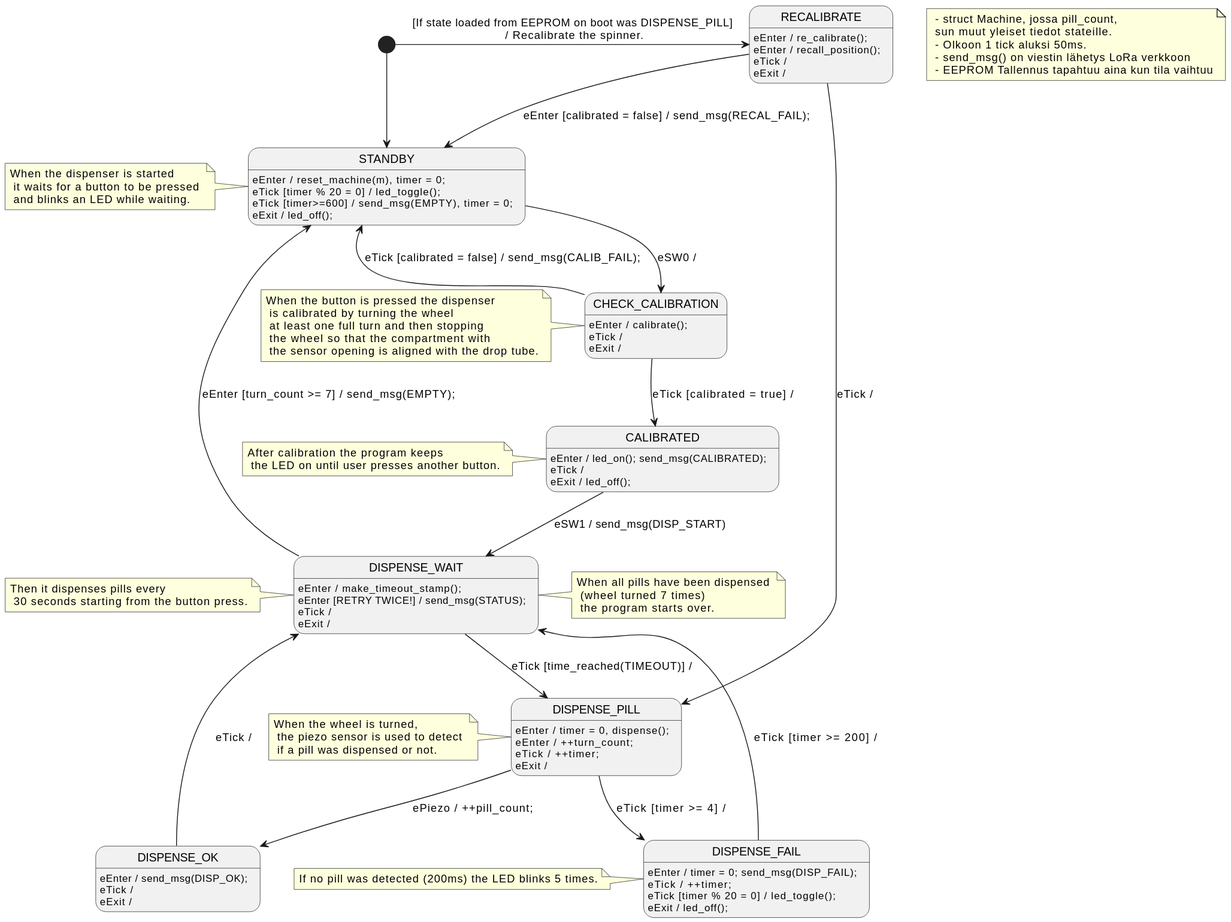
aleksanteril/LAAKKEET keeps this PlantUML diagram as out/minimum_state_diagram/Minimum State Machine.svg. Above is the earlier version.
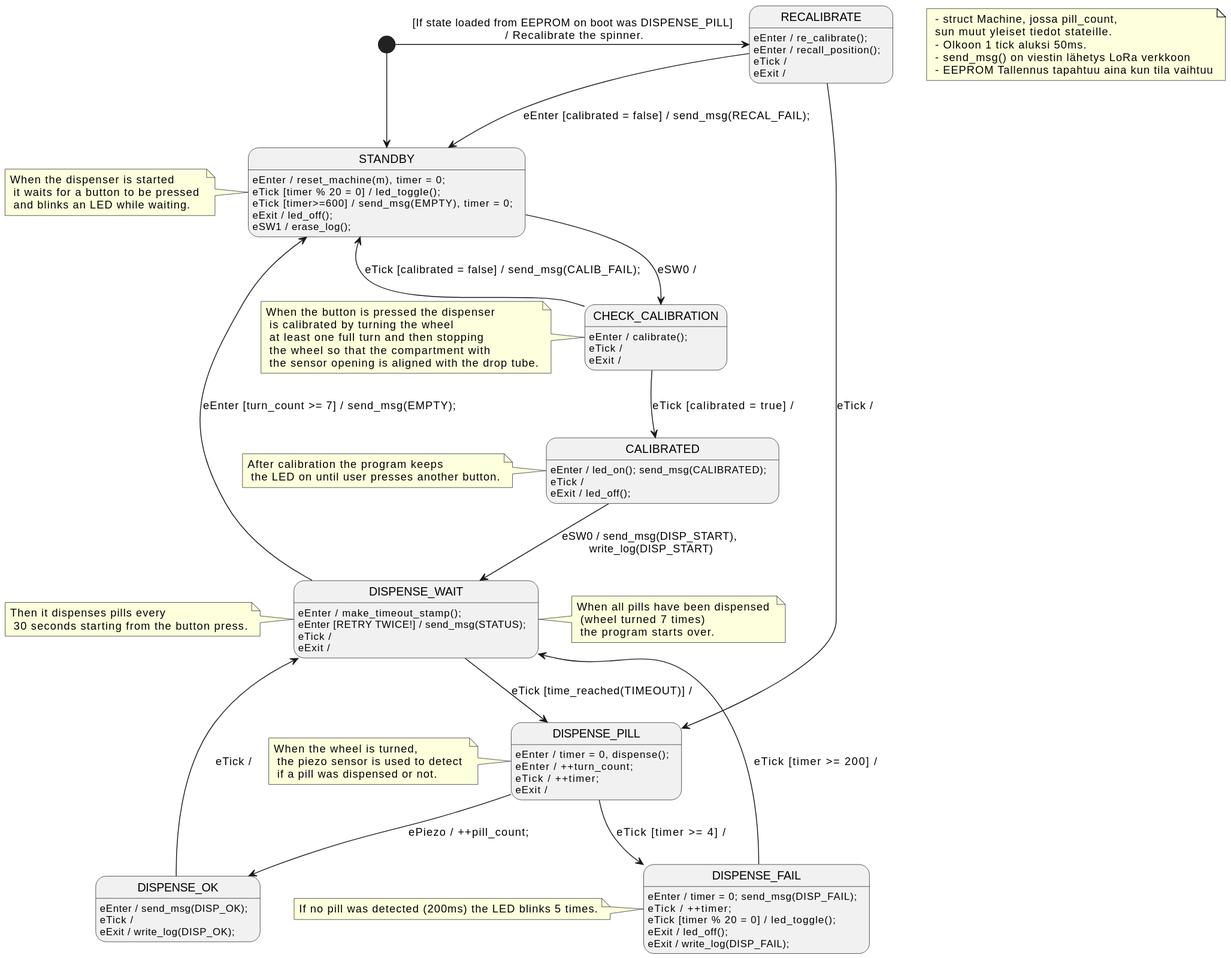
The same diagram one commit later.

Commit message:
updated diagram and exported as svg and png

Change to the diagram source:
```diff
@@ -4,6 +4,7 @@
 STANDBY : eTick [timer % 20 = 0] / led_toggle();
 STANDBY : eTick [timer>=600] / send_msg(EMPTY), timer = 0;
 STANDBY : eExit / led_off();
+STANDBY : eSW1 / erase_log();
 STANDBY --> CHECK_CALIBRATION : eSW0 /
 
 [*] -> RECALIBRATE : [If state loaded from EEPROM on boot was DISPENSE_PILL]\n / Recalibrate the spinner.
@@ -29,7 +30,7 @@
 CALIBRATED : eEnter / led_on(); send_msg(CALIBRATED);
 CALIBRATED : eTick /
 CALIBRATED : eExit / led_off();
-CALIBRATED --> DISPENSE_WAIT : eSW1 / send_msg(DISP_START)
+CALIBRATED --> DISPENSE_WAIT : eSW0 / send_msg(DISP_START),\n write_log(DISP_START)
 
 note left of CALIBRATED : After calibration the program keeps \n the LED on until user presses another button.
 
@@ -52,7 +53,7 @@
 
 DISPENSE_OK : eEnter / send_msg(DISP_OK);
 DISPENSE_OK : eTick /
-DISPENSE_OK : eExit /
+DISPENSE_OK : eExit / write_log(DISP_OK);
 DISPENSE_OK --> DISPENSE_WAIT : eTick /
 
 note left of DISPENSE_PILL : When the wheel is turned, \n the piezo sensor is used to detect \n if a pill was dispensed or not.
@@ -61,6 +62,7 @@
 DISPENSE_FAIL : eTick / ++timer;
 DISPENSE_FAIL : eTick [timer % 20 = 0] / led_toggle();
 DISPENSE_FAIL : eExit / led_off();
+DISPENSE_FAIL : eExit / write_log(DISP_FAIL);
 DISPENSE_FAIL --> DISPENSE_WAIT : eTick [timer >= 200] /
 
 note left of DISPENSE_FAIL : If no pill was detected (200ms) the LED blinks 5 times.
```
